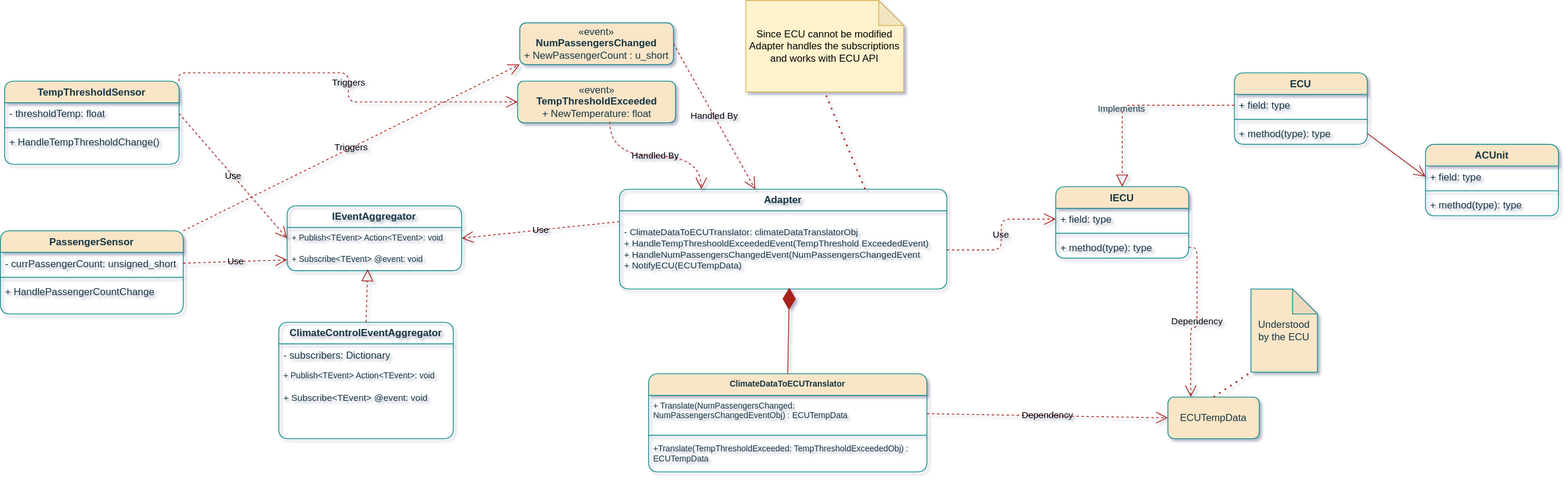
Earlier version of the draw.io export ACCDesignGroup1.drawio.svg (sameert89/AutomaticClimateControlSystem). Source tidied: cells renumbered, new cells last; positions are measured from the earlier drawing's top-left corner, leaving out a move shared by most shapes.
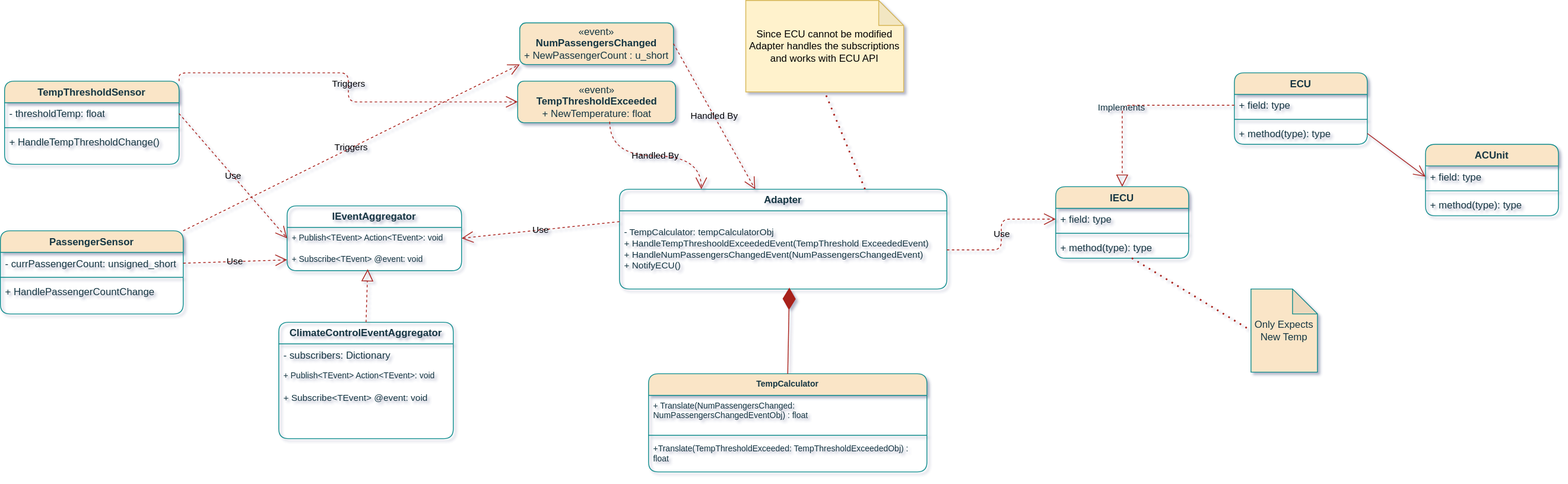
Above is the later version.

The edit, as a diff of the source:
```diff
@@ -65,7 +65,7 @@
     <mxCell id="22" value="&lt;b&gt;Adapter&lt;/b&gt;" style="swimlane;fontStyle=0;horizontal=1;startSize=26;fillColor=none;whiteSpace=wrap;html=1;rounded=1;labelBackgroundColor=none;strokeColor=#0F8B8D;fontColor=#143642;" parent="1" vertex="1">
       <mxGeometry x="745" y="227" width="394" height="120" as="geometry" />
     </mxCell>
-    <mxCell id="23" value="&lt;font style=&quot;font-size: 11px;&quot;&gt;&lt;br style=&quot;&quot;&gt;- ClimateDataToECUTranslator: climateDataTranslatorObj&lt;br&gt;+ HandleTempThreshooldExceededEvent(TempThreshold ExceededEvent)&lt;br style=&quot;border-color: var(--border-color);&quot;&gt;+ HandleNumPassengersChangedEvent(NumPassengersChangedEvent&lt;br style=&quot;&quot;&gt;+ NotifyECU(ECUTempData)&lt;/font&gt;" style="text;strokeColor=none;fillColor=none;align=left;verticalAlign=top;spacingLeft=4;spacingRight=4;overflow=hidden;points=[[0,0.5],[1,0.5]];portConstraint=eastwest;whiteSpace=wrap;html=1;fontSize=10;rounded=1;labelBackgroundColor=none;fontColor=#143642;" parent="22" vertex="1">
+    <mxCell id="23" value="&lt;font style=&quot;font-size: 11px;&quot;&gt;&lt;br style=&quot;&quot;&gt;- TempCalculator: tempCalculatorObj&lt;br&gt;+ HandleTempThreshooldExceededEvent(TempThreshold ExceededEvent)&lt;br style=&quot;border-color: var(--border-color);&quot;&gt;+ HandleNumPassengersChangedEvent(NumPassengersChangedEvent)&lt;br style=&quot;&quot;&gt;+ NotifyECU()&lt;/font&gt;" style="text;strokeColor=none;fillColor=none;align=left;verticalAlign=top;spacingLeft=4;spacingRight=4;overflow=hidden;points=[[0,0.5],[1,0.5]];portConstraint=eastwest;whiteSpace=wrap;html=1;fontSize=10;rounded=1;labelBackgroundColor=none;fontColor=#143642;" parent="22" vertex="1">
       <mxGeometry y="26" width="394" height="94" as="geometry" />
     </mxCell>
     <mxCell id="24" value="Use" style="endArrow=open;endSize=12;dashed=1;html=1;rounded=1;entryX=1;entryY=0.5;entryDx=0;entryDy=0;exitX=0;exitY=0.5;exitDx=0;exitDy=0;labelBackgroundColor=none;strokeColor=#A8201A;fontColor=default;" parent="1" edge="1" target="13">
@@ -79,16 +79,16 @@
     <mxCell id="26" style="endArrow=none;dashed=1;html=1;dashPattern=1 3;strokeWidth=2;rounded=1;entryX=0.5;entryY=1;entryDx=0;entryDy=0;entryPerimeter=0;exitX=0.75;exitY=0;exitDx=0;exitDy=0;labelBackgroundColor=none;strokeColor=#A8201A;fontColor=default;" parent="1" edge="1" source="22" target="25">
       <mxGeometry relative="1" as="geometry" />
     </mxCell>
-    <mxCell id="27" value="ClimateDataToECUTranslator" style="swimlane;fontStyle=1;align=center;verticalAlign=top;horizontal=1;startSize=26;whiteSpace=wrap;html=1;fontSize=10;rounded=1;labelBackgroundColor=none;fillColor=#FAE5C7;strokeColor=#0F8B8D;fontColor=#143642;" parent="1" vertex="1">
+    <mxCell id="27" value="TempCalculator" style="swimlane;fontStyle=1;align=center;verticalAlign=top;horizontal=1;startSize=26;whiteSpace=wrap;html=1;fontSize=10;rounded=1;labelBackgroundColor=none;fillColor=#FAE5C7;strokeColor=#0F8B8D;fontColor=#143642;" parent="1" vertex="1">
       <mxGeometry x="780" y="449" width="335" height="118" as="geometry" />
     </mxCell>
-    <mxCell id="28" value="+ Translate(NumPassengersChanged: NumPassengersChangedEventObj) : ECUTempData" style="text;strokeColor=none;fillColor=none;align=left;verticalAlign=top;spacingLeft=4;spacingRight=4;overflow=hidden;points=[[0,0.5],[1,0.5]];portConstraint=eastwest;whiteSpace=wrap;html=1;fontSize=10;rounded=1;labelBackgroundColor=none;fontColor=#143642;" parent="27" vertex="1">
+    <mxCell id="28" value="+ Translate(NumPassengersChanged: NumPassengersChangedEventObj) : float" style="text;strokeColor=none;fillColor=none;align=left;verticalAlign=top;spacingLeft=4;spacingRight=4;overflow=hidden;points=[[0,0.5],[1,0.5]];portConstraint=eastwest;whiteSpace=wrap;html=1;fontSize=10;rounded=1;labelBackgroundColor=none;fontColor=#143642;" parent="27" vertex="1">
       <mxGeometry y="26" width="335" height="44" as="geometry" />
     </mxCell>
     <mxCell id="29" style="line;strokeWidth=1;fillColor=none;align=left;verticalAlign=middle;spacingTop=-1;spacingLeft=3;spacingRight=3;labelPosition=right;strokeColor=#0F8B8D;rounded=1;labelBackgroundColor=none;fontColor=#143642;" parent="27" vertex="1">
       <mxGeometry y="70" width="335" height="8" as="geometry" />
     </mxCell>
-    <mxCell id="30" value="+Translate(TempThresholdExceeded: TempThresholdExceededObj)&amp;nbsp;: ECUTempData" style="text;strokeColor=none;fillColor=none;align=left;verticalAlign=top;spacingLeft=4;spacingRight=4;overflow=hidden;whiteSpace=wrap;html=1;fontSize=10;rounded=1;labelBackgroundColor=none;fontColor=#143642;" parent="27" vertex="1">
+    <mxCell id="30" value="+Translate(TempThresholdExceeded: TempThresholdExceededObj)&amp;nbsp;: float" style="text;strokeColor=none;fillColor=none;align=left;verticalAlign=top;spacingLeft=4;spacingRight=4;overflow=hidden;whiteSpace=wrap;html=1;fontSize=10;rounded=1;labelBackgroundColor=none;fontColor=#143642;" parent="27" vertex="1">
       <mxGeometry y="78" width="335" height="40" as="geometry" />
     </mxCell>
     <mxCell id="31" style="endArrow=diamondThin;endFill=1;endSize=24;html=1;rounded=1;exitX=0.5;exitY=0;exitDx=0;exitDy=0;entryX=0.519;entryY=0.983;entryDx=0;entryDy=0;entryPerimeter=0;labelBackgroundColor=none;strokeColor=#A8201A;fontColor=default;" parent="1" edge="1" source="27" target="23">
@@ -109,21 +109,12 @@
     <mxCell id="36" value="Use" style="endArrow=open;endSize=12;dashed=1;html=1;rounded=1;entryX=0;entryY=0.5;entryDx=0;entryDy=0;exitX=1;exitY=0.5;exitDx=0;exitDy=0;labelBackgroundColor=none;strokeColor=#A8201A;fontColor=default;edgeStyle=orthogonalEdgeStyle;" parent="1" edge="1" source="23" target="33">
       <mxGeometry relative="1" as="geometry" />
     </mxCell>
-    <mxCell id="37" value="ECUTempData" style="html=1;whiteSpace=wrap;rounded=1;labelBackgroundColor=none;fillColor=#FAE5C7;strokeColor=#0F8B8D;fontColor=#143642;" parent="1" vertex="1">
-      <mxGeometry x="1405" y="477" width="110" height="50" as="geometry" />
-    </mxCell>
-    <mxCell id="38" value="Understood by the ECU" style="shape=note;whiteSpace=wrap;html=1;backgroundOutline=1;darkOpacity=0.05;rounded=1;labelBackgroundColor=none;fillColor=#FAE5C7;strokeColor=#0F8B8D;fontColor=#143642;" parent="1" vertex="1">
+    <mxCell id="38" value="Only Expects New Temp" style="shape=note;whiteSpace=wrap;html=1;backgroundOutline=1;darkOpacity=0.05;rounded=1;labelBackgroundColor=none;fillColor=#FAE5C7;strokeColor=#0F8B8D;fontColor=#143642;" parent="1" vertex="1">
       <mxGeometry x="1505" y="347" width="80" height="100" as="geometry" />
     </mxCell>
-    <mxCell id="39" style="endArrow=none;dashed=1;html=1;dashPattern=1 3;strokeWidth=2;rounded=1;entryX=0;entryY=1;entryDx=0;entryDy=0;entryPerimeter=0;exitX=0.5;exitY=0;exitDx=0;exitDy=0;labelBackgroundColor=none;strokeColor=#A8201A;fontColor=default;" parent="1" edge="1" source="37" target="38">
+    <mxCell id="39" style="endArrow=none;dashed=1;html=1;dashPattern=1 3;strokeWidth=2;rounded=1;entryX=0;entryY=0.5;entryDx=0;entryDy=0;entryPerimeter=0;exitX=0.572;exitY=0.992;exitDx=0;exitDy=0;labelBackgroundColor=none;strokeColor=#A8201A;fontColor=default;exitPerimeter=0;" parent="1" edge="1" source="35" target="38">
       <mxGeometry relative="1" as="geometry" />
     </mxCell>
-    <mxCell id="40" value="Dependency" style="endArrow=open;endSize=12;dashed=1;html=1;rounded=1;entryX=0.25;entryY=0;entryDx=0;entryDy=0;labelBackgroundColor=none;strokeColor=#A8201A;fontColor=default;edgeStyle=orthogonalEdgeStyle;" parent="1" edge="1" source="35" target="37">
-      <mxGeometry relative="1" as="geometry" />
-    </mxCell>
-    <mxCell id="41" value="Dependency" style="endArrow=open;endSize=12;dashed=1;html=1;rounded=1;entryX=0;entryY=0.5;entryDx=0;entryDy=0;exitX=1;exitY=0.5;exitDx=0;exitDy=0;labelBackgroundColor=none;strokeColor=#A8201A;fontColor=default;" parent="1" edge="1" source="28" target="37">
-      <mxGeometry relative="1" as="geometry" />
-    </mxCell>
     <mxCell id="42" value="ECU" style="swimlane;fontStyle=1;align=center;verticalAlign=top;horizontal=1;startSize=26;whiteSpace=wrap;html=1;rounded=1;labelBackgroundColor=none;fillColor=#FAE5C7;strokeColor=#0F8B8D;fontColor=#143642;" parent="1" vertex="1">
       <mxGeometry x="1485" y="87" width="160" height="86" as="geometry" />
     </mxCell>
```
